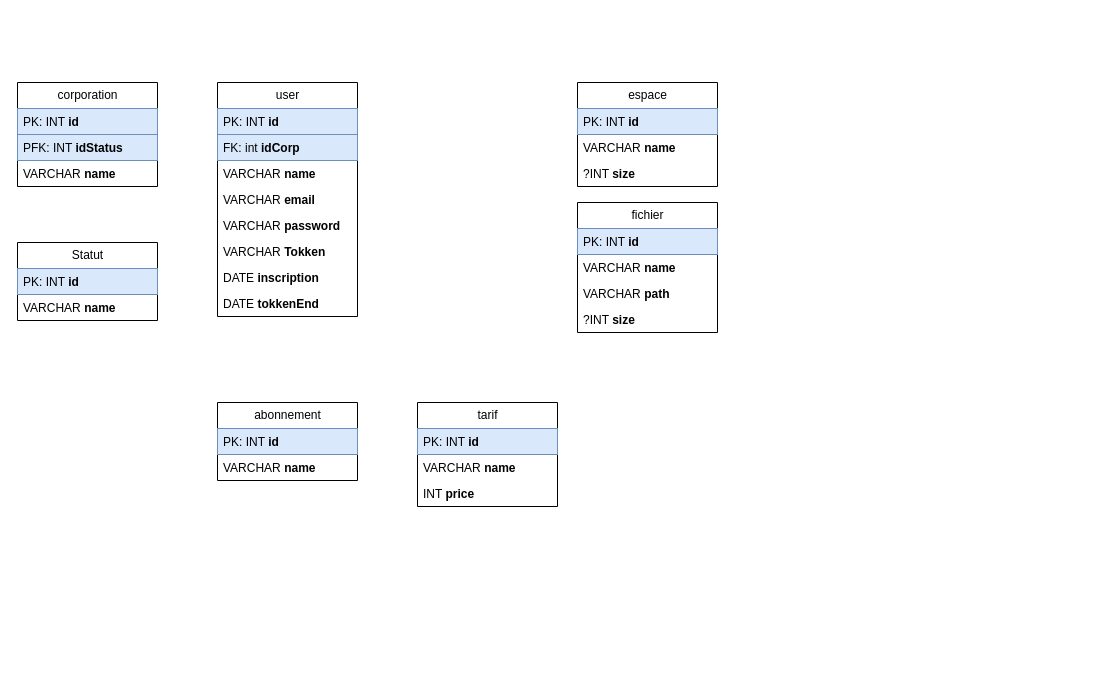
This is Database.drawio from calebModeste/LogFile, a draw.io file, before an edit. Source tidied: cells renumbered, new cells numbered last; positions are measured from the earlier drawing's top-left corner, leaving out a move shared by most shapes. Both pictures are drawn from the tidied source at 100%, with x=0, y=0 at pixel (17, 82).
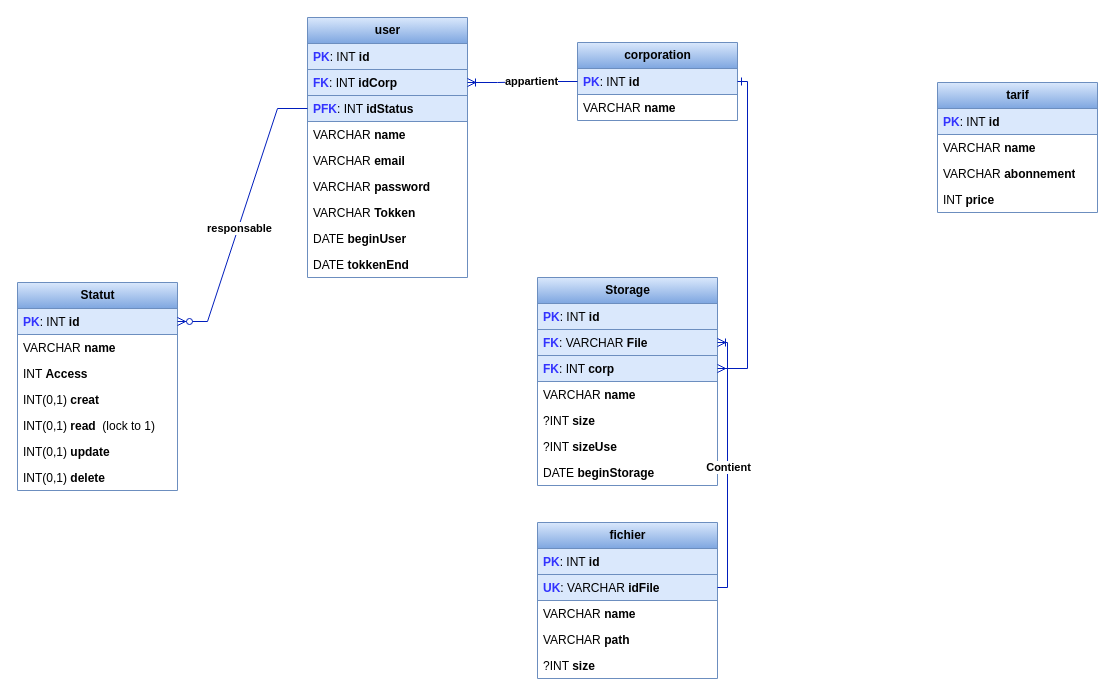
The same diagram, later.

Commit message:
Mettre à jour Database.drawio

The edit, as a diff of the source:
```diff
@@
-    <mxCell id="2" value="user" style="swimlane;fontStyle=0;horizontal=1;startSize=26;fillColor=none;html=1;" parent="1" vertex="1">
-      <mxGeometry x="200" width="140" height="234" as="geometry" />
+    <mxCell id="2" value="user" style="swimlane;fontStyle=1;horizontal=1;startSize=26;html=1;fillColor=#dae8fc;strokeColor=#6c8ebf;gradientColor=#7ea6e0;" parent="1" vertex="1">
+      <mxGeometry x="290" y="-65" width="160" height="260" as="geometry" />
     </mxCell>
-    <mxCell id="3" value="PK: INT &lt;b&gt;id&lt;/b&gt;" style="text;strokeColor=#6c8ebf;fillColor=#dae8fc;align=left;verticalAlign=top;spacingLeft=4;spacingRight=4;overflow=hidden;whiteSpace=wrap;html=1;" parent="2" vertex="1">
-      <mxGeometry y="26" width="140" height="26" as="geometry" />
+    <mxCell id="3" value="&lt;b&gt;&lt;font color=&quot;#3333ff&quot;&gt;PK&lt;/font&gt;&lt;/b&gt;: INT &lt;b&gt;id&lt;/b&gt;" style="text;strokeColor=#6c8ebf;fillColor=#dae8fc;align=left;verticalAlign=top;spacingLeft=4;spacingRight=4;overflow=hidden;whiteSpace=wrap;html=1;" parent="2" vertex="1">
+      <mxGeometry y="26" width="160" height="26" as="geometry" />
     </mxCell>
-    <mxCell id="4" value="FK: int &lt;b&gt;idCorp&amp;nbsp;&lt;/b&gt;" style="text;strokeColor=#6c8ebf;fillColor=#dae8fc;align=left;verticalAlign=top;spacingLeft=4;spacingRight=4;overflow=hidden;points=[[0,0.5],[1,0.5]];portConstraint=eastwest;whiteSpace=wrap;html=1;" parent="2" vertex="1">
-      <mxGeometry y="52" width="140" height="26" as="geometry" />
+    <mxCell id="4" value="&lt;b&gt;&lt;font color=&quot;#3333ff&quot;&gt;FK&lt;/font&gt;&lt;/b&gt;: INT&amp;nbsp;&lt;b&gt;idCorp&amp;nbsp;&lt;/b&gt;" style="text;strokeColor=#6c8ebf;fillColor=#dae8fc;align=left;verticalAlign=top;spacingLeft=4;spacingRight=4;overflow=hidden;points=[[0,0.5],[1,0.5]];portConstraint=eastwest;whiteSpace=wrap;html=1;" parent="2" vertex="1">
+      <mxGeometry y="52" width="160" height="26" as="geometry" />
     </mxCell>
+    <mxCell id="13" value="&lt;b&gt;&lt;font color=&quot;#3333ff&quot;&gt;PFK&lt;/font&gt;&lt;/b&gt;: INT &lt;b&gt;idStatus&lt;/b&gt;" style="text;strokeColor=#6c8ebf;fillColor=#dae8fc;align=left;verticalAlign=top;spacingLeft=4;spacingRight=4;overflow=hidden;points=[[0,0.5],[1,0.5]];portConstraint=eastwest;whiteSpace=wrap;html=1;" parent="2" vertex="1">
+      <mxGeometry y="78" width="160" height="26" as="geometry" />
+    </mxCell>
     <mxCell id="5" value="VARCHAR&amp;nbsp;&lt;b&gt;name&lt;/b&gt;" style="text;strokeColor=none;fillColor=none;align=left;verticalAlign=top;spacingLeft=4;spacingRight=4;overflow=hidden;whiteSpace=wrap;html=1;" parent="2" vertex="1">
-      <mxGeometry y="78" width="140" height="26" as="geometry" />
+      <mxGeometry y="104" width="160" height="26" as="geometry" />
     </mxCell>
     <mxCell id="6" value="VARCHAR &lt;b&gt;email&lt;/b&gt;" style="text;strokeColor=none;fillColor=none;align=left;verticalAlign=top;spacingLeft=4;spacingRight=4;overflow=hidden;whiteSpace=wrap;html=1;" parent="2" vertex="1">
-      <mxGeometry y="104" width="140" height="26" as="geometry" />
+      <mxGeometry y="130" width="160" height="26" as="geometry" />
     </mxCell>
     <mxCell id="7" value="VARCHAR &lt;b&gt;password&lt;/b&gt;" style="text;strokeColor=none;fillColor=none;align=left;verticalAlign=top;spacingLeft=4;spacingRight=4;overflow=hidden;whiteSpace=wrap;html=1;" parent="2" vertex="1">
-      <mxGeometry y="130" width="140" height="26" as="geometry" />
+      <mxGeometry y="156" width="160" height="26" as="geometry" />
     </mxCell>
     <mxCell id="8" value="VARCHAR &lt;b&gt;Tokken&amp;nbsp;&lt;/b&gt;" style="text;strokeColor=none;fillColor=none;align=left;verticalAlign=top;spacingLeft=4;spacingRight=4;overflow=hidden;whiteSpace=wrap;html=1;" parent="2" vertex="1">
-      <mxGeometry y="156" width="140" height="26" as="geometry" />
+      <mxGeometry y="182" width="160" height="26" as="geometry" />
     </mxCell>
-    <mxCell id="9" value="DATE &lt;b&gt;inscription&lt;/b&gt;" style="text;strokeColor=none;fillColor=none;align=left;verticalAlign=top;spacingLeft=4;spacingRight=4;overflow=hidden;whiteSpace=wrap;html=1;" parent="2" vertex="1">
-      <mxGeometry y="182" width="140" height="26" as="geometry" />
+    <mxCell id="9" value="DATE &lt;b&gt;beginUser&lt;/b&gt;" style="text;strokeColor=none;fillColor=none;align=left;verticalAlign=top;spacingLeft=4;spacingRight=4;overflow=hidden;whiteSpace=wrap;html=1;" parent="2" vertex="1">
+      <mxGeometry y="208" width="160" height="26" as="geometry" />
     </mxCell>
     <mxCell id="10" value="DATE &lt;b&gt;tokkenEnd&lt;/b&gt;" style="text;strokeColor=none;fillColor=none;align=left;verticalAlign=top;spacingLeft=4;spacingRight=4;overflow=hidden;whiteSpace=wrap;html=1;" parent="2" vertex="1">
-      <mxGeometry y="208" width="140" height="26" as="geometry" />
+      <mxGeometry y="234" width="160" height="26" as="geometry" />
     </mxCell>
-    <mxCell id="11" value="corporation" style="swimlane;fontStyle=0;horizontal=1;startSize=26;fillColor=none;html=1;" parent="1" vertex="1">
-      <mxGeometry width="140" height="104" as="geometry" />
+    <mxCell id="11" value="corporation" style="swimlane;fontStyle=1;horizontal=1;startSize=26;fillColor=#dae8fc;html=1;gradientColor=#7ea6e0;strokeColor=#6c8ebf;labelBackgroundColor=none;labelBorderColor=none;textShadow=0;" parent="1" vertex="1">
+      <mxGeometry x="560" y="-40" width="160" height="78" as="geometry" />
     </mxCell>
-    <mxCell id="12" value="PK: INT &lt;b&gt;id&lt;/b&gt;" style="text;strokeColor=#6c8ebf;fillColor=#dae8fc;align=left;verticalAlign=top;spacingLeft=4;spacingRight=4;overflow=hidden;points=[[0,0.5],[1,0.5]];portConstraint=eastwest;whiteSpace=wrap;html=1;" parent="11" vertex="1">
-      <mxGeometry y="26" width="140" height="26" as="geometry" />
+    <mxCell id="12" value="&lt;b&gt;&lt;font color=&quot;#3333ff&quot;&gt;PK&lt;/font&gt;&lt;/b&gt;: INT &lt;b&gt;id&lt;/b&gt;" style="text;strokeColor=#6c8ebf;fillColor=#dae8fc;align=left;verticalAlign=top;spacingLeft=4;spacingRight=4;overflow=hidden;points=[[0,0.5],[1,0.5]];portConstraint=eastwest;whiteSpace=wrap;html=1;" parent="11" vertex="1">
+      <mxGeometry y="26" width="160" height="26" as="geometry" />
     </mxCell>
-    <mxCell id="13" value="PFK: INT &lt;b&gt;idStatus&lt;/b&gt;" style="text;strokeColor=#6c8ebf;fillColor=#dae8fc;align=left;verticalAlign=top;spacingLeft=4;spacingRight=4;overflow=hidden;points=[[0,0.5],[1,0.5]];portConstraint=eastwest;whiteSpace=wrap;html=1;" parent="11" vertex="1">
-      <mxGeometry y="52" width="140" height="26" as="geometry" />
-    </mxCell>
     <mxCell id="14" value="VARCHAR&amp;nbsp;&lt;b&gt;name&lt;/b&gt;" style="text;strokeColor=none;fillColor=none;align=left;verticalAlign=top;spacingLeft=4;spacingRight=4;overflow=hidden;whiteSpace=wrap;html=1;" parent="11" vertex="1">
-      <mxGeometry y="78" width="140" height="26" as="geometry" />
+      <mxGeometry y="52" width="160" height="26" as="geometry" />
     </mxCell>
-    <mxCell id="15" value="Statut" style="swimlane;fontStyle=0;horizontal=1;startSize=26;fillColor=none;html=1;" parent="1" vertex="1">
-      <mxGeometry y="160" width="140" height="78" as="geometry" />
+    <mxCell id="15" value="Statut" style="swimlane;fontStyle=1;horizontal=1;startSize=26;fillColor=#dae8fc;html=1;gradientColor=#7ea6e0;strokeColor=#6c8ebf;" parent="1" vertex="1">
+      <mxGeometry y="200" width="160" height="208" as="geometry" />
     </mxCell>
-    <mxCell id="16" value="PK: INT &lt;b&gt;id&lt;/b&gt;" style="text;strokeColor=#6c8ebf;fillColor=#dae8fc;align=left;verticalAlign=top;spacingLeft=4;spacingRight=4;overflow=hidden;points=[[0,0.5],[1,0.5]];portConstraint=eastwest;whiteSpace=wrap;html=1;" parent="15" vertex="1">
-      <mxGeometry y="26" width="140" height="26" as="geometry" />
+    <mxCell id="16" value="&lt;b&gt;&lt;font color=&quot;#3333ff&quot;&gt;PK&lt;/font&gt;&lt;/b&gt;: INT &lt;b&gt;id&lt;/b&gt;" style="text;strokeColor=#6c8ebf;fillColor=#dae8fc;align=left;verticalAlign=top;spacingLeft=4;spacingRight=4;overflow=hidden;points=[[0,0.5],[1,0.5]];portConstraint=eastwest;whiteSpace=wrap;html=1;" parent="15" vertex="1">
+      <mxGeometry y="26" width="160" height="26" as="geometry" />
     </mxCell>
     <mxCell id="17" value="VARCHAR&amp;nbsp;&lt;b&gt;name&lt;/b&gt;" style="text;strokeColor=none;fillColor=none;align=left;verticalAlign=top;spacingLeft=4;spacingRight=4;overflow=hidden;whiteSpace=wrap;html=1;" parent="15" vertex="1">
-      <mxGeometry y="52" width="140" height="26" as="geometry" />
+      <mxGeometry y="52" width="160" height="26" as="geometry" />
     </mxCell>
-    <mxCell id="18" value="abonnement" style="swimlane;fontStyle=0;horizontal=1;startSize=26;fillColor=none;html=1;" parent="1" vertex="1">
-      <mxGeometry x="200" y="320" width="140" height="78" as="geometry" />
-    </mxCell>
-    <mxCell id="19" value="PK: INT &lt;b&gt;id&lt;/b&gt;" style="text;strokeColor=#6c8ebf;fillColor=#dae8fc;align=left;verticalAlign=top;spacingLeft=4;spacingRight=4;overflow=hidden;whiteSpace=wrap;html=1;" parent="18" vertex="1">
-      <mxGeometry y="26" width="140" height="26" as="geometry" />
-    </mxCell>
-    <mxCell id="20" value="VARCHAR&amp;nbsp;&lt;b&gt;name&lt;/b&gt;" style="text;strokeColor=none;fillColor=none;align=left;verticalAlign=top;spacingLeft=4;spacingRight=4;overflow=hidden;whiteSpace=wrap;html=1;" parent="18" vertex="1">
-      <mxGeometry y="52" width="140" height="26" as="geometry" />
-    </mxCell>
+    <mxCell id="34" value="INT &lt;b&gt;Access&lt;/b&gt;" style="text;strokeColor=none;fillColor=none;align=left;verticalAlign=top;spacingLeft=4;spacingRight=4;overflow=hidden;whiteSpace=wrap;html=1;" parent="15" vertex="1">
+      <mxGeometry y="78" width="160" height="26" as="geometry" />
+    </mxCell>
+    <mxCell id="35" value="INT(0,1) &lt;b&gt;creat&lt;/b&gt;" style="text;strokeColor=none;fillColor=none;align=left;verticalAlign=top;spacingLeft=4;spacingRight=4;overflow=hidden;whiteSpace=wrap;html=1;" parent="15" vertex="1">
+      <mxGeometry y="104" width="160" height="26" as="geometry" />
+    </mxCell>
+    <mxCell id="36" value="INT(0,1)&amp;nbsp;&lt;b&gt;read&amp;nbsp; &lt;/b&gt;(lock to 1)" style="text;strokeColor=none;fillColor=none;align=left;verticalAlign=top;spacingLeft=4;spacingRight=4;overflow=hidden;whiteSpace=wrap;html=1;" parent="15" vertex="1">
+      <mxGeometry y="130" width="160" height="26" as="geometry" />
+    </mxCell>
+    <mxCell id="37" value="INT(0,1)&amp;nbsp;&lt;b&gt;update&lt;/b&gt;" style="text;strokeColor=none;fillColor=none;align=left;verticalAlign=top;spacingLeft=4;spacingRight=4;overflow=hidden;whiteSpace=wrap;html=1;" parent="15" vertex="1">
+      <mxGeometry y="156" width="160" height="26" as="geometry" />
+    </mxCell>
+    <mxCell id="38" value="INT(0,1)&amp;nbsp;&lt;b&gt;delete&lt;/b&gt;" style="text;strokeColor=none;fillColor=none;align=left;verticalAlign=top;spacingLeft=4;spacingRight=4;overflow=hidden;whiteSpace=wrap;html=1;" parent="15" vertex="1">
+      <mxGeometry y="182" width="160" height="26" as="geometry" />
+    </mxCell>
-    <mxCell id="21" value="tarif" style="swimlane;fontStyle=0;horizontal=1;startSize=26;fillColor=none;html=1;" parent="1" vertex="1">
-      <mxGeometry x="400" y="320" width="140" height="104" as="geometry" />
+    <mxCell id="21" value="tarif" style="swimlane;fontStyle=1;horizontal=1;startSize=26;fillColor=#dae8fc;html=1;gradientColor=#7ea6e0;strokeColor=#6c8ebf;" parent="1" vertex="1">
+      <mxGeometry x="920" width="160" height="130" as="geometry" />
     </mxCell>
-    <mxCell id="22" value="PK: INT &lt;b&gt;id&lt;/b&gt;" style="text;strokeColor=#6c8ebf;fillColor=#dae8fc;align=left;verticalAlign=top;spacingLeft=4;spacingRight=4;overflow=hidden;whiteSpace=wrap;html=1;" parent="21" vertex="1">
-      <mxGeometry y="26" width="140" height="26" as="geometry" />
+    <mxCell id="22" value="&lt;b&gt;&lt;font color=&quot;#3333ff&quot;&gt;PK&lt;/font&gt;&lt;/b&gt;: INT &lt;b&gt;id&lt;/b&gt;" style="text;strokeColor=#6c8ebf;fillColor=#dae8fc;align=left;verticalAlign=top;spacingLeft=4;spacingRight=4;overflow=hidden;whiteSpace=wrap;html=1;" parent="21" vertex="1">
+      <mxGeometry y="26" width="160" height="26" as="geometry" />
     </mxCell>
     <mxCell id="23" value="VARCHAR&amp;nbsp;&lt;b&gt;name&lt;/b&gt;" style="text;strokeColor=none;fillColor=none;align=left;verticalAlign=top;spacingLeft=4;spacingRight=4;overflow=hidden;whiteSpace=wrap;html=1;" parent="21" vertex="1">
-      <mxGeometry y="52" width="140" height="26" as="geometry" />
+      <mxGeometry y="52" width="160" height="26" as="geometry" />
     </mxCell>
+    <mxCell id="39" value="VARCHAR&amp;nbsp;&lt;span style=&quot;text-align: center; text-wrap: nowrap;&quot;&gt;&lt;b&gt;abonnement&lt;/b&gt;&lt;/span&gt;" style="text;strokeColor=none;fillColor=none;align=left;verticalAlign=top;spacingLeft=4;spacingRight=4;overflow=hidden;whiteSpace=wrap;html=1;" parent="21" vertex="1">
+      <mxGeometry y="78" width="160" height="26" as="geometry" />
+    </mxCell>
     <mxCell id="24" value="INT &lt;b&gt;price&lt;/b&gt;" style="text;strokeColor=none;fillColor=none;align=left;verticalAlign=top;spacingLeft=4;spacingRight=4;overflow=hidden;whiteSpace=wrap;html=1;" parent="21" vertex="1">
-      <mxGeometry y="78" width="140" height="26" as="geometry" />
+      <mxGeometry y="104" width="160" height="26" as="geometry" />
     </mxCell>
-    <mxCell id="25" value="espace" style="swimlane;fontStyle=0;horizontal=1;startSize=26;fillColor=none;html=1;" parent="1" vertex="1">
-      <mxGeometry x="560" width="140" height="104" as="geometry" />
+    <mxCell id="25" value="Storage" style="swimlane;fontStyle=1;horizontal=1;startSize=26;fillColor=#dae8fc;html=1;gradientColor=#7ea6e0;strokeColor=#6c8ebf;" parent="1" vertex="1">
+      <mxGeometry x="520" y="195" width="180" height="208" as="geometry" />
     </mxCell>
-    <mxCell id="26" value="PK: INT &lt;b&gt;id&lt;/b&gt;" style="text;strokeColor=#6c8ebf;fillColor=#dae8fc;align=left;verticalAlign=top;spacingLeft=4;spacingRight=4;overflow=hidden;whiteSpace=wrap;html=1;" parent="25" vertex="1">
-      <mxGeometry y="26" width="140" height="26" as="geometry" />
+    <mxCell id="26" value="&lt;b style=&quot;&quot;&gt;&lt;font color=&quot;#3333ff&quot;&gt;PK&lt;/font&gt;&lt;/b&gt;: INT &lt;b&gt;id&lt;/b&gt;" style="text;strokeColor=#6c8ebf;fillColor=#dae8fc;align=left;verticalAlign=top;spacingLeft=4;spacingRight=4;overflow=hidden;whiteSpace=wrap;html=1;" parent="25" vertex="1">
+      <mxGeometry y="26" width="180" height="26" as="geometry" />
     </mxCell>
+    <mxCell id="40" value="&lt;b style=&quot;&quot;&gt;&lt;font style=&quot;&quot; color=&quot;#3333ff&quot;&gt;FK&lt;/font&gt;&lt;/b&gt;: VARCHAR&amp;nbsp;&lt;b&gt;File&lt;/b&gt;" style="text;strokeColor=#6c8ebf;fillColor=#dae8fc;align=left;verticalAlign=top;spacingLeft=4;spacingRight=4;overflow=hidden;points=[[0,0.5],[1,0.5]];portConstraint=eastwest;whiteSpace=wrap;html=1;" parent="25" vertex="1">
+      <mxGeometry y="52" width="180" height="26" as="geometry" />
+    </mxCell>
+    <mxCell id="41" value="&lt;b style=&quot;&quot;&gt;&lt;font color=&quot;#3333ff&quot;&gt;FK&lt;/font&gt;&lt;/b&gt;: INT &lt;b&gt;corp&lt;/b&gt;&lt;div&gt;&lt;b&gt;&lt;br&gt;&lt;/b&gt;&lt;/div&gt;" style="text;strokeColor=#6c8ebf;fillColor=#dae8fc;align=left;verticalAlign=top;spacingLeft=4;spacingRight=4;overflow=hidden;points=[[0,0.5],[1,0.5]];portConstraint=eastwest;whiteSpace=wrap;html=1;" parent="25" vertex="1">
+      <mxGeometry y="78" width="180" height="26" as="geometry" />
+    </mxCell>
     <mxCell id="27" value="VARCHAR&amp;nbsp;&lt;b&gt;name&lt;/b&gt;" style="text;strokeColor=none;fillColor=none;align=left;verticalAlign=top;spacingLeft=4;spacingRight=4;overflow=hidden;whiteSpace=wrap;html=1;" parent="25" vertex="1">
-      <mxGeometry y="52" width="140" height="26" as="geometry" />
+      <mxGeometry y="104" width="180" height="26" as="geometry" />
     </mxCell>
     <mxCell id="28" value="?INT &lt;b&gt;size&lt;/b&gt;" style="text;strokeColor=none;fillColor=none;align=left;verticalAlign=top;spacingLeft=4;spacingRight=4;overflow=hidden;whiteSpace=wrap;html=1;" parent="25" vertex="1">
-      <mxGeometry y="78" width="140" height="26" as="geometry" />
+      <mxGeometry y="130" width="180" height="26" as="geometry" />
     </mxCell>
+    <mxCell id="42" value="?INT &lt;b&gt;sizeUse&lt;/b&gt;" style="text;strokeColor=none;fillColor=none;align=left;verticalAlign=top;spacingLeft=4;spacingRight=4;overflow=hidden;whiteSpace=wrap;html=1;" parent="25" vertex="1">
+      <mxGeometry y="156" width="180" height="26" as="geometry" />
+    </mxCell>
+    <mxCell id="43" value="DATE &lt;b&gt;beginStorage&lt;/b&gt;" style="text;strokeColor=none;fillColor=none;align=left;verticalAlign=top;spacingLeft=4;spacingRight=4;overflow=hidden;whiteSpace=wrap;html=1;" parent="25" vertex="1">
+      <mxGeometry y="182" width="180" height="26" as="geometry" />
+    </mxCell>
-    <mxCell id="29" value="fichier" style="swimlane;fontStyle=0;horizontal=1;startSize=26;fillColor=none;html=1;" parent="1" vertex="1">
-      <mxGeometry x="560" y="120" width="140" height="130" as="geometry" />
+    <mxCell id="29" value="fichier" style="swimlane;fontStyle=1;horizontal=1;startSize=26;fillColor=#dae8fc;html=1;gradientColor=#7ea6e0;strokeColor=#6c8ebf;" parent="1" vertex="1">
+      <mxGeometry x="520" y="440" width="180" height="156" as="geometry" />
     </mxCell>
-    <mxCell id="30" value="PK: INT &lt;b&gt;id&lt;/b&gt;" style="text;strokeColor=#6c8ebf;fillColor=#dae8fc;align=left;verticalAlign=top;spacingLeft=4;spacingRight=4;overflow=hidden;whiteSpace=wrap;html=1;" parent="29" vertex="1">
-      <mxGeometry y="26" width="140" height="26" as="geometry" />
+    <mxCell id="30" value="&lt;b&gt;&lt;font color=&quot;#3333ff&quot;&gt;PK&lt;/font&gt;&lt;/b&gt;: INT &lt;b&gt;id&lt;/b&gt;" style="text;strokeColor=#6c8ebf;fillColor=#dae8fc;align=left;verticalAlign=top;spacingLeft=4;spacingRight=4;overflow=hidden;whiteSpace=wrap;html=1;" parent="29" vertex="1">
+      <mxGeometry y="26" width="180" height="26" as="geometry" />
     </mxCell>
+    <mxCell id="44" value="&lt;b&gt;&lt;font color=&quot;#3333ff&quot;&gt;UK&lt;/font&gt;&lt;/b&gt;:&lt;b&gt;&amp;nbsp;&lt;/b&gt;VARCHAR &lt;b&gt;idFile&lt;/b&gt;" style="text;strokeColor=#6c8ebf;fillColor=#dae8fc;align=left;verticalAlign=top;spacingLeft=4;spacingRight=4;overflow=hidden;points=[[0,0.5],[1,0.5]];portConstraint=eastwest;whiteSpace=wrap;html=1;" parent="29" vertex="1">
+      <mxGeometry y="52" width="180" height="26" as="geometry" />
+    </mxCell>
     <mxCell id="31" value="VARCHAR&amp;nbsp;&lt;b&gt;name&lt;/b&gt;" style="text;strokeColor=none;fillColor=none;align=left;verticalAlign=top;spacingLeft=4;spacingRight=4;overflow=hidden;whiteSpace=wrap;html=1;" parent="29" vertex="1">
-      <mxGeometry y="52" width="140" height="26" as="geometry" />
+      <mxGeometry y="78" width="180" height="26" as="geometry" />
     </mxCell>
     <mxCell id="32" value="VARCHAR &lt;b&gt;path&lt;/b&gt;" style="text;strokeColor=none;fillColor=none;align=left;verticalAlign=top;spacingLeft=4;spacingRight=4;overflow=hidden;whiteSpace=wrap;html=1;" parent="29" vertex="1">
-      <mxGeometry y="78" width="140" height="26" as="geometry" />
+      <mxGeometry y="104" width="180" height="26" as="geometry" />
     </mxCell>
     <mxCell id="33" value="?INT &lt;b&gt;size&lt;/b&gt;" style="text;strokeColor=none;fillColor=none;align=left;verticalAlign=top;spacingLeft=4;spacingRight=4;overflow=hidden;whiteSpace=wrap;html=1;" parent="29" vertex="1">
-      <mxGeometry y="104" width="140" height="26" as="geometry" />
+      <mxGeometry y="130" width="180" height="26" as="geometry" />
     </mxCell>
+    <mxCell id="45" style="edgeStyle=orthogonalEdgeStyle;fontSize=12;html=1;endArrow=ERoneToMany;rounded=0;exitX=1;exitY=0.5;exitDx=0;exitDy=0;entryX=1;entryY=0.5;entryDx=0;entryDy=0;fillColor=#0050ef;strokeColor=#001DBC;" parent="1" edge="1" source="44" target="40">
+      <mxGeometry relative="1" as="geometry" />
+    </mxCell>
+    <mxCell id="46" value="Contient" style="edgeLabel;html=1;align=center;verticalAlign=middle;fontStyle=1;" parent="45" vertex="1">
+      <mxGeometry x="-0.01" relative="1" as="geometry" />
+    </mxCell>
+    <mxCell id="47" style="edgeStyle=entityRelationEdgeStyle;fontSize=12;html=1;endArrow=ERoneToMany;rounded=0;entryX=1;entryY=0.5;entryDx=0;entryDy=0;fillColor=#0050ef;strokeColor=#001DBC;exitX=0;exitY=0.5;exitDx=0;exitDy=0;" parent="1" edge="1" source="12" target="4">
+      <mxGeometry relative="1" as="geometry" />
+    </mxCell>
+    <mxCell id="48" value="appartient" style="edgeLabel;html=1;align=center;verticalAlign=middle;fontStyle=1;" parent="47" vertex="1">
+      <mxGeometry x="-0.17" y="-1" relative="1" as="geometry" />
+    </mxCell>
+    <mxCell id="49" style="edgeStyle=entityRelationEdgeStyle;fontSize=12;html=1;endArrow=ERzeroToMany;endFill=1;rounded=0;fillColor=#0050ef;strokeColor=#001DBC;exitX=0;exitY=0.5;exitDx=0;exitDy=0;entryX=1;entryY=0.5;entryDx=0;entryDy=0;" parent="1" edge="1" source="13" target="16">
+      <mxGeometry relative="1" as="geometry" />
+    </mxCell>
+    <mxCell id="50" value="responsable" style="edgeLabel;html=1;align=center;verticalAlign=middle;fontStyle=1;" parent="49" vertex="1">
+      <mxGeometry x="0.09" y="1" relative="1" as="geometry" />
+    </mxCell>
+    <mxCell id="51" style="edgeStyle=orthogonalEdgeStyle;fontSize=12;html=1;endArrow=ERone;startArrow=ERmany;rounded=0;entryX=1;entryY=0.5;entryDx=0;entryDy=0;exitX=1;exitY=0.5;exitDx=0;exitDy=0;fillColor=#0050ef;strokeColor=#001DBC;endFill=0;" parent="1" edge="1" source="41" target="11">
+      <mxGeometry relative="1" as="geometry" />
+    </mxCell>
```
